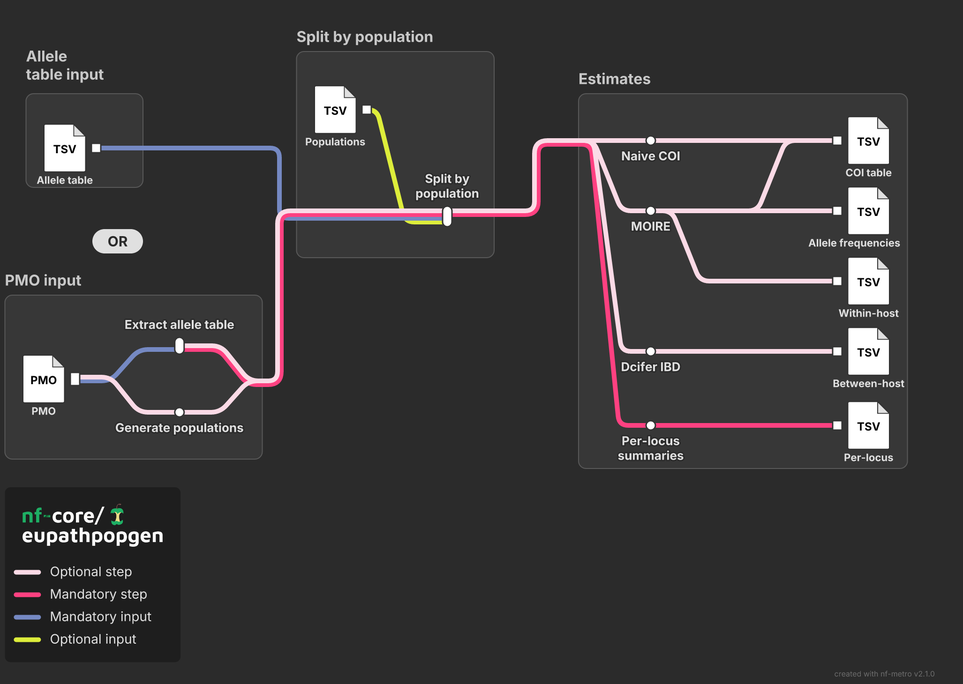
PlasmoGenEpi/eupathpopgen keeps this Mermaid diagram as assets/eupathpopgen_metromap.png. Above is the earlier version. Its source is kept beside it as assets/eupathpopgen_metromap.mmd.
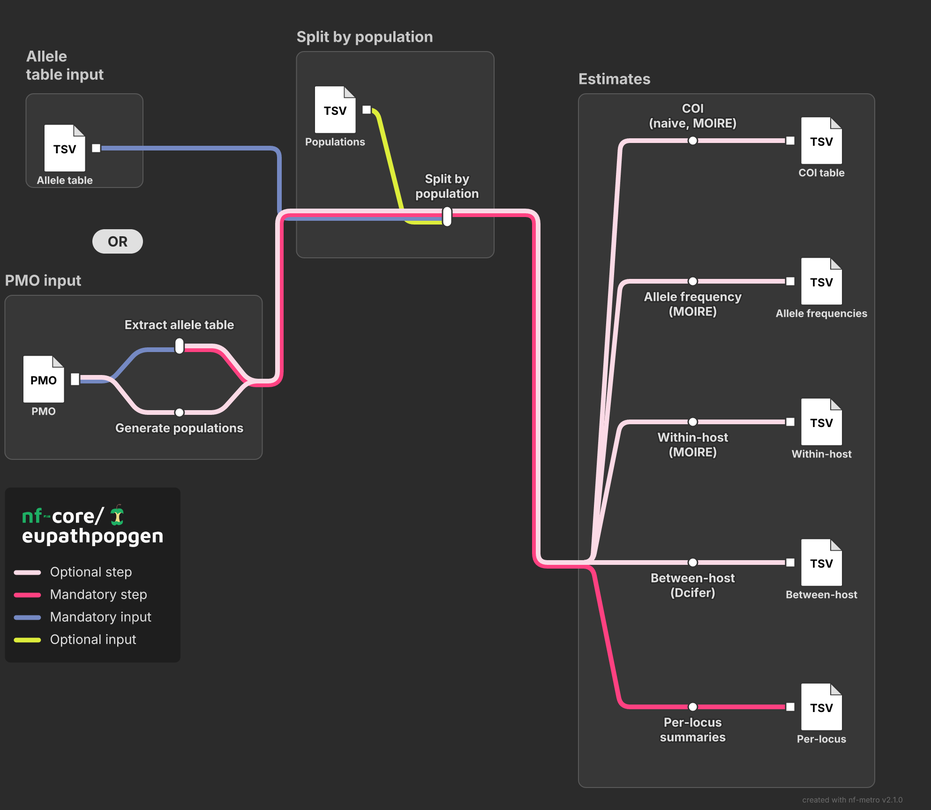
After the commit.

Commit message:
Switch to estimate focussed over method focussed diagram

Diff of the diagram source:
```diff
@@ -21,36 +21,32 @@
     end
 
     subgraph estimates [Estimates]
-        naive[Naive COI]
-        moire[MOIRE]
-        dcifer[Dcifer IBD]
+        coi[COI\n(naive, MOIRE)]
+        af[Allele frequency\n(MOIRE)]
+        within[Within-host\n(MOIRE)]
+        between[Between-host\n(Dcifer)]
         locus[Per-locus\nsummaries]
-        _af
-        _within
-        _between
-        _locus
+        _pad
         coi_out[ ]
         af_out[ ]
         within_out[ ]
         between_out[ ]
         locus_out[ ]
 
-        naive -->|opt| coi_out
-        moire -->|opt| coi_out
-        moire -->|opt| _af
-        _af -->|opt| af_out
-        moire -->|opt| _within
-        _within -->|opt| within_out
-        dcifer -->|opt| _between
-        _between -->|opt| between_out
-        locus -->|step| _locus
-        _locus -->|step| locus_out
+        _pad -->|opt| coi
+        coi -->|opt| coi_out
+        af -->|opt| af_out
+        within -->|opt| within_out
+        between -->|opt| between_out
+        locus -->|step| locus_out
     end
 
     extract -->|step,opt| split
     gen_pop -->|opt| split
     allele_in -->|input| split
-    split -->|opt| naive
-    split -->|opt| moire
-    split -->|opt| dcifer
+    split -->|opt| coi
+    split -->|opt| _pad
+    split -->|opt| af
+    split -->|opt| within
+    split -->|opt| between
     split -->|step| locus
```
